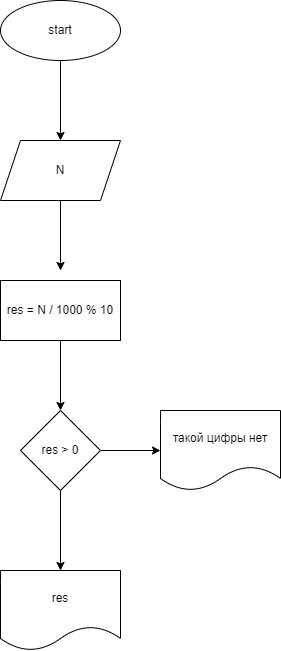
This is homework/lesson2/task013/013.drawio.png from AleksandRepin/CS_homework, a draw.io export, as it was before one commit. Source tidied: cells renumbered, new cells last; positions are measured from the earlier drawing's top-left corner, leaving out a move shared by most shapes.
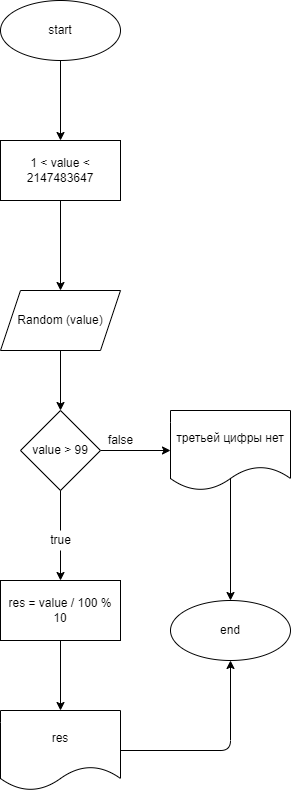
After the commit.

Diff of the diagram source:
```diff
@@ -2,40 +2,68 @@
   <root>
     <mxCell id="0" />
     <mxCell id="1" parent="0" />
-    <mxCell id="2" style="edgeStyle=none;html=1;" parent="1" edge="1" source="3" target="5">
-      <mxGeometry relative="1" as="geometry" />
+    <mxCell id="2" style="edgeStyle=none;html=1;" parent="1" edge="1" source="3">
+      <mxGeometry relative="1" as="geometry">
+        <mxPoint x="60" y="140" as="targetPoint" />
+      </mxGeometry>
     </mxCell>
     <mxCell id="3" value="start" style="ellipse;whiteSpace=wrap;html=1;" parent="1" vertex="1">
       <mxGeometry width="120" height="60" as="geometry" />
     </mxCell>
-    <mxCell id="4" style="edgeStyle=none;html=1;" parent="1" edge="1" source="5">
-      <mxGeometry relative="1" as="geometry">
-        <mxPoint x="60" y="270" as="targetPoint" />
-      </mxGeometry>
-    </mxCell>
-    <mxCell id="5" value="N" style="shape=parallelogram;perimeter=parallelogramPerimeter;whiteSpace=wrap;html=1;fixedSize=1;" parent="1" vertex="1">
-      <mxGeometry y="140" width="120" height="60" as="geometry" />
-    </mxCell>
-    <mxCell id="6" style="edgeStyle=none;html=1;" parent="1" edge="1" source="7" target="10">
-      <mxGeometry relative="1" as="geometry" />
-    </mxCell>
-    <mxCell id="7" value="res = N / 1000 % 10" style="whiteSpace=wrap;html=1;" parent="1" vertex="1">
-      <mxGeometry y="280" width="120" height="60" as="geometry" />
-    </mxCell>
-    <mxCell id="8" style="edgeStyle=none;html=1;" parent="1" edge="1" source="10" target="11">
-      <mxGeometry relative="1" as="geometry" />
-    </mxCell>
+    <mxCell id="13" style="edgeStyle=none;html=1;" parent="1" edge="1" source="9" target="15">
+      <mxGeometry relative="1" as="geometry" />
+    </mxCell>
-    <mxCell id="9" style="edgeStyle=none;html=1;" parent="1" edge="1" source="10" target="12">
-      <mxGeometry relative="1" as="geometry" />
+    <mxCell id="9" value="1 &amp;lt; value &amp;lt; 2147483647" style="whiteSpace=wrap;html=1;" parent="1" vertex="1">
+      <mxGeometry y="140" width="120" height="60" as="geometry" />
     </mxCell>
-    <mxCell id="10" value="res &amp;gt; 0" style="rhombus;whiteSpace=wrap;html=1;" parent="1" vertex="1">
-      <mxGeometry x="20" y="410" width="80" height="80" as="geometry" />
-    </mxCell>
+    <mxCell id="14" style="edgeStyle=none;html=1;" parent="1" edge="1" source="15" target="18">
+      <mxGeometry relative="1" as="geometry" />
+    </mxCell>
+    <mxCell id="15" value="Random (value)" style="shape=parallelogram;perimeter=parallelogramPerimeter;whiteSpace=wrap;html=1;fixedSize=1;" parent="1" vertex="1">
+      <mxGeometry y="290" width="120" height="60" as="geometry" />
+    </mxCell>
+    <mxCell id="16" style="edgeStyle=none;html=1;startArrow=none;" parent="1" edge="1" source="21" target="20">
+      <mxGeometry relative="1" as="geometry" />
+    </mxCell>
+    <mxCell id="17" style="edgeStyle=none;html=1;" parent="1" edge="1" source="18" target="25">
+      <mxGeometry relative="1" as="geometry" />
+    </mxCell>
+    <mxCell id="18" value="value &amp;gt; 99" style="rhombus;whiteSpace=wrap;html=1;" parent="1" vertex="1">
+      <mxGeometry x="20" y="410" width="80" height="80" as="geometry" />
+    </mxCell>
+    <mxCell id="19" style="edgeStyle=none;html=1;" parent="1" edge="1" source="20" target="11">
+      <mxGeometry relative="1" as="geometry" />
+    </mxCell>
+    <mxCell id="20" value="res = value / 100 % 10" style="whiteSpace=wrap;html=1;" parent="1" vertex="1">
+      <mxGeometry y="580" width="120" height="60" as="geometry" />
+    </mxCell>
+    <mxCell id="21" value="true" style="text;html=1;align=center;verticalAlign=middle;points=[];fillColor=none;strokeColor=none;rounded=0;" parent="1" vertex="1">
+      <mxGeometry x="40" y="530" width="40" height="20" as="geometry" />
+    </mxCell>
+    <mxCell id="22" style="edgeStyle=none;html=1;endArrow=none;" parent="1" edge="1" source="18" target="21">
+      <mxGeometry relative="1" as="geometry" />
+    </mxCell>
+    <mxCell id="23" style="edgeStyle=none;html=1;exitX=1;exitY=0.5;exitDx=0;exitDy=0;entryX=0.5;entryY=1;entryDx=0;entryDy=0;" parent="1" edge="1" source="11" target="26">
+      <mxGeometry relative="1" as="geometry">
+        <Array as="points">
+          <mxPoint x="230" y="750" />
+        </Array>
+      </mxGeometry>
+    </mxCell>
     <mxCell id="11" value="res" style="shape=document;whiteSpace=wrap;html=1;boundedLbl=1;" parent="1" vertex="1">
-      <mxGeometry y="570" width="120" height="80" as="geometry" />
+      <mxGeometry y="710" width="120" height="80" as="geometry" />
     </mxCell>
-    <mxCell id="12" value="такой цифры нет" style="shape=document;whiteSpace=wrap;html=1;boundedLbl=1;" parent="1" vertex="1">
-      <mxGeometry x="160" y="410" width="120" height="80" as="geometry" />
-    </mxCell>
+    <mxCell id="24" style="edgeStyle=none;html=1;exitX=0.5;exitY=0;exitDx=0;exitDy=0;entryX=0.5;entryY=0;entryDx=0;entryDy=0;" parent="1" edge="1" source="25" target="26">
+      <mxGeometry relative="1" as="geometry" />
+    </mxCell>
+    <mxCell id="25" value="третьей цифры нет" style="shape=document;whiteSpace=wrap;html=1;boundedLbl=1;" parent="1" vertex="1">
+      <mxGeometry x="170" y="410" width="120" height="80" as="geometry" />
+    </mxCell>
+    <mxCell id="26" value="end" style="ellipse;whiteSpace=wrap;html=1;" parent="1" vertex="1">
+      <mxGeometry x="170" y="600" width="120" height="60" as="geometry" />
+    </mxCell>
+    <mxCell id="27" value="false" style="text;html=1;align=center;verticalAlign=middle;strokeColor=none;fillColor=none;" parent="1" vertex="1">
+      <mxGeometry x="100" y="430" width="40" height="20" as="geometry" />
+    </mxCell>
   </root>
 </mxGraphModel>
```
